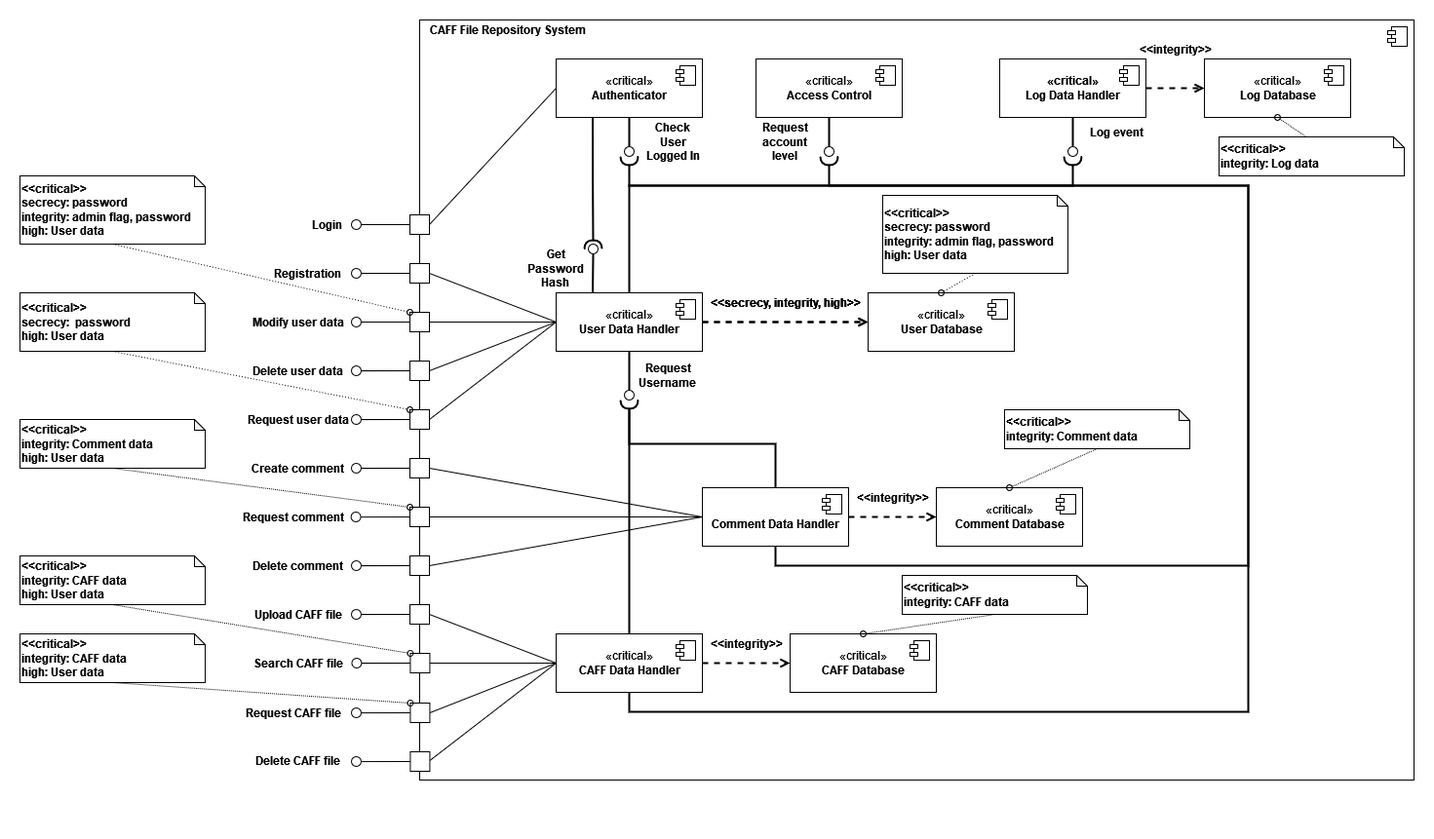
Before: Documentation/Component-Diagram.png, a diagram exported from draw.io (nemkrisz11/Computer-Security-Homework-2021-SHAjt). Source tidied: cells renumbered, new cells last; positions are measured from the earlier drawing's top-left corner, leaving out a move shared by most shapes.
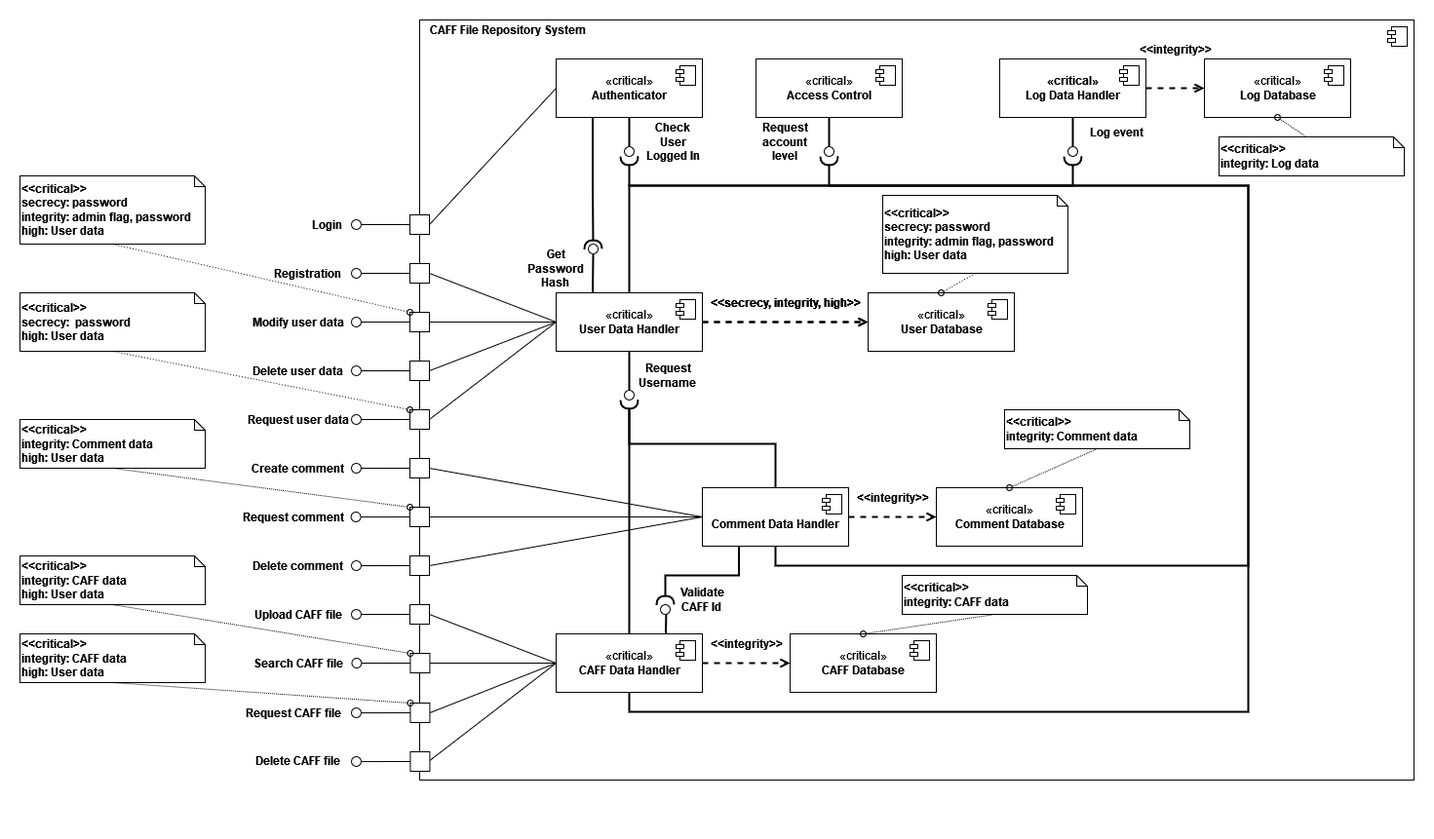
Later version of the same file.

Commit message:
component expansion

What changed in the source:
```diff
@@ -55,6 +55,11 @@
         <mxPoint x="625" y="400" as="targetPoint" />
       </mxGeometry>
     </mxCell>
+    <mxCell id="164" style="edgeStyle=orthogonalEdgeStyle;rounded=0;jettySize=auto;html=1;exitX=0.75;exitY=0;exitDx=0;exitDy=0;endArrow=none;endFill=0;strokeWidth=2;" parent="1" edge="1" source="13">
+      <mxGeometry relative="1" as="geometry">
+        <mxPoint x="663" y="600" as="targetPoint" />
+      </mxGeometry>
+    </mxCell>
     <mxCell id="13" value="«critical»&lt;div&gt;&lt;b&gt;CAFF Data Handler&lt;/b&gt;&lt;/div&gt;" style="html=1;" parent="1" vertex="1">
       <mxGeometry x="550" y="630" width="150" height="60" as="geometry" />
     </mxCell>
@@ -79,6 +84,9 @@
     <mxCell id="17" style="edgeStyle=orthogonalEdgeStyle;rounded=0;jettySize=auto;html=1;exitX=0.5;exitY=0;exitDx=0;exitDy=0;endArrow=halfCircle;endFill=0;strokeWidth=2;" parent="1" edge="1" source="18" target="102">
       <mxGeometry relative="1" as="geometry" />
     </mxCell>
+    <mxCell id="165" style="edgeStyle=orthogonalEdgeStyle;rounded=0;jettySize=auto;html=1;exitX=0.25;exitY=1;exitDx=0;exitDy=0;endArrow=halfCircle;endFill=0;strokeWidth=2;" parent="1" edge="1" source="18" target="168">
+      <mxGeometry relative="1" as="geometry" />
+    </mxCell>
     <mxCell id="18" value="&lt;div&gt;&lt;b&gt;&lt;br&gt;&lt;/b&gt;&lt;/div&gt;&lt;div&gt;&lt;b&gt;Comment Data Handler&lt;/b&gt;&lt;/div&gt;" style="html=1;" parent="1" vertex="1">
       <mxGeometry x="700" y="480" width="150" height="60" as="geometry" />
     </mxCell>
@@ -573,5 +581,17 @@
     <mxCell id="163" style="edgeStyle=none;rounded=0;jettySize=auto;html=1;endArrow=none;endFill=0;exitX=0;exitY=0.5;exitDx=0;exitDy=0;" parent="159" edge="1" source="161" target="162">
       <mxGeometry relative="1" as="geometry" />
     </mxCell>
+    <mxCell id="166" style="group;" parent="1" vertex="1">
+      <mxGeometry x="657" y="600" width="10" height="10" as="geometry" />
+    </mxCell>
+    <mxCell id="167" style="group;" parent="166" vertex="1">
+      <mxGeometry width="10" height="10" as="geometry" />
+    </mxCell>
+    <mxCell id="168" style="ellipse;whiteSpace=wrap;html=1;align=center;points=[];outlineConnect=0;sketch=0;rotation=-180;" parent="167" vertex="1">
+      <mxGeometry width="10" height="10" as="geometry" />
+    </mxCell>
+    <mxCell id="169" value="&lt;b&gt;Validate CAFF Id&lt;br&gt;&lt;/b&gt;" style="text;html=1;strokeColor=none;fillColor=none;align=center;verticalAlign=middle;whiteSpace=wrap;rounded=0;" parent="1" vertex="1">
+      <mxGeometry x="665" y="580" width="70" height="30" as="geometry" />
+    </mxCell>
   </root>
 </mxGraphModel>
```
